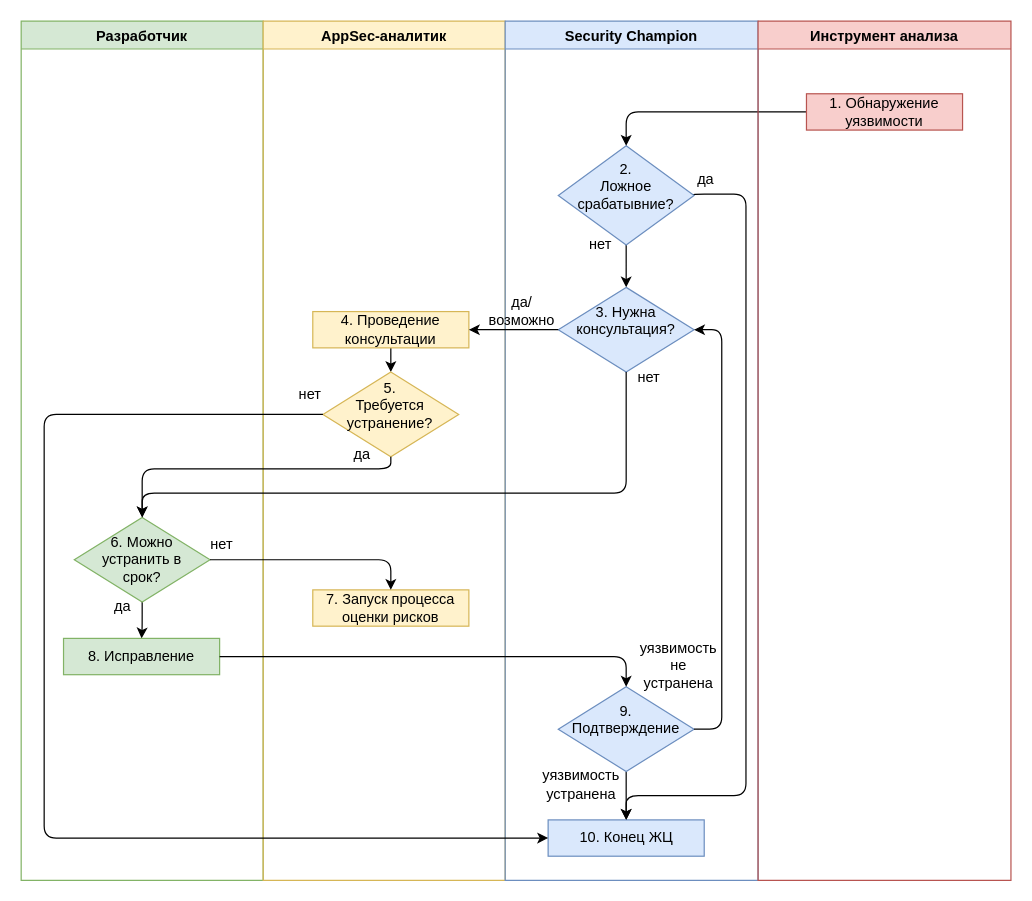
Before: page "ЖЦ Уязвимости" (1 of 4) of Untitled Diagram2.drawio in GoluzinaD/Python, a draw.io diagram. Source tidied: cells renumbered, new cells numbered last; positions are measured from the earlier drawing's top-left corner, leaving out a move shared by most shapes. Both pictures are drawn from the tidied source at 121%, with x=0, y=0 at pixel (21, 21).
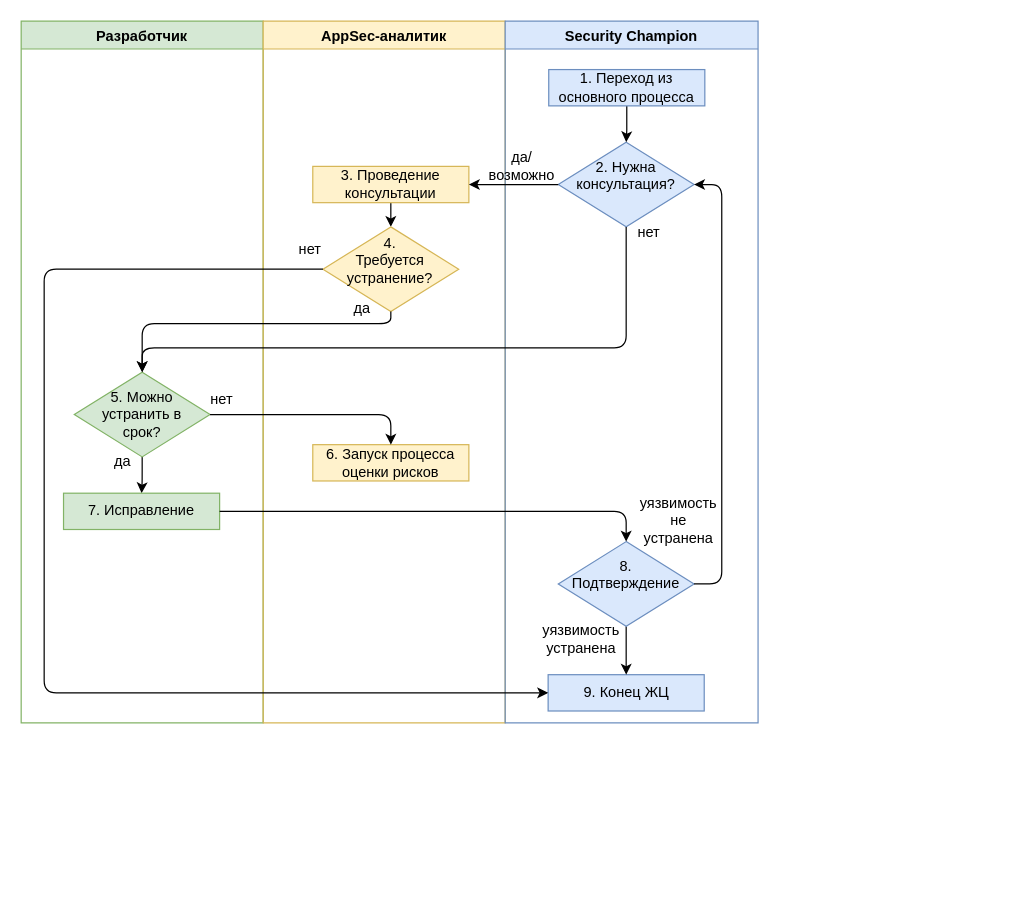
The same page after the edit.

Change to the diagram source:
```diff
@@
     <mxCell id="2" value="Разработчик" style="swimlane;rounded=0;sketch=0;fillColor=#d5e8d4;strokeColor=#82b366;" parent="1" vertex="1">
-      <mxGeometry width="200" height="710" as="geometry" />
+      <mxGeometry width="200" height="580" as="geometry" />
     </mxCell>
@@
-    <mxCell id="4" value="&lt;div&gt;6. Можно &lt;br&gt;&lt;/div&gt;&lt;div&gt;устранить в &lt;br&gt;&lt;/div&gt;&lt;div&gt;срок?&lt;/div&gt;" style="rhombus;whiteSpace=wrap;html=1;rounded=0;sketch=0;fontSize=12;fillColor=#d5e8d4;strokeColor=#82b366;" parent="2" vertex="1">
-      <mxGeometry x="43.9" y="410.1" width="112.2" height="70" as="geometry" />
+    <mxCell id="4" value="&lt;div&gt;5. Можно &lt;br&gt;&lt;/div&gt;&lt;div&gt;устранить в &lt;br&gt;&lt;/div&gt;&lt;div&gt;срок?&lt;/div&gt;" style="rhombus;whiteSpace=wrap;html=1;rounded=0;sketch=0;fontSize=12;fillColor=#d5e8d4;strokeColor=#82b366;" parent="2" vertex="1">
+      <mxGeometry x="43.9" y="290.1" width="112.2" height="70" as="geometry" />
     </mxCell>
-    <mxCell id="5" value="8. Исправление" style="rounded=0;whiteSpace=wrap;html=1;sketch=0;fontSize=12;fillColor=#d5e8d4;strokeColor=#82b366;" parent="2" vertex="1">
-      <mxGeometry x="35" y="510.1" width="129" height="30" as="geometry" />
+    <mxCell id="5" value="7. Исправление" style="rounded=0;whiteSpace=wrap;html=1;sketch=0;fontSize=12;fillColor=#d5e8d4;strokeColor=#82b366;" parent="2" vertex="1">
+      <mxGeometry x="35" y="390.1" width="129" height="30" as="geometry" />
     </mxCell>
     <mxCell id="6" value="да" style="text;html=1;strokeColor=none;fillColor=none;align=center;verticalAlign=middle;whiteSpace=wrap;rounded=0;sketch=0;fontSize=12;" parent="2" vertex="1">
-      <mxGeometry x="54" y="469.1" width="60" height="30" as="geometry" />
+      <mxGeometry x="54" y="349.1" width="60" height="30" as="geometry" />
     </mxCell>
     <mxCell id="7" value="нет" style="text;html=1;strokeColor=none;fillColor=none;align=center;verticalAlign=middle;whiteSpace=wrap;rounded=0;sketch=0;fontSize=12;" parent="2" vertex="1">
-      <mxGeometry x="136" y="418.1" width="60" height="30" as="geometry" />
+      <mxGeometry x="136" y="298.1" width="60" height="30" as="geometry" />
     </mxCell>
     <mxCell id="8" value="AppSec-аналитик" style="swimlane;rounded=0;sketch=0;fillColor=#fff2cc;strokeColor=#d6b656;" parent="1" vertex="1">
-      <mxGeometry x="200" width="200" height="710" as="geometry" />
+      <mxGeometry x="200" width="200" height="580" as="geometry" />
     </mxCell>
-    <mxCell id="9" value="7. Запуск процесса оценки рисков" style="rounded=0;whiteSpace=wrap;html=1;sketch=0;fontSize=12;fillColor=#fff2cc;strokeColor=#d6b656;" parent="8" vertex="1">
-      <mxGeometry x="41" y="470" width="129" height="30" as="geometry" />
+    <mxCell id="9" value="6. Запуск процесса оценки рисков" style="rounded=0;whiteSpace=wrap;html=1;sketch=0;fontSize=12;fillColor=#fff2cc;strokeColor=#d6b656;" parent="8" vertex="1">
+      <mxGeometry x="41" y="350" width="129" height="30" as="geometry" />
     </mxCell>
@@
-    <mxCell id="11" value="4. Проведение консультации" style="rounded=0;whiteSpace=wrap;html=1;sketch=0;fontSize=12;fillColor=#fff2cc;strokeColor=#d6b656;" parent="8" vertex="1">
-      <mxGeometry x="41" y="240" width="129" height="30" as="geometry" />
+    <mxCell id="11" value="3. Проведение консультации" style="rounded=0;whiteSpace=wrap;html=1;sketch=0;fontSize=12;fillColor=#fff2cc;strokeColor=#d6b656;" parent="8" vertex="1">
+      <mxGeometry x="41" y="120" width="129" height="30" as="geometry" />
     </mxCell>
-    <mxCell id="12" value="&lt;div&gt;5. &lt;br&gt;&lt;/div&gt;&lt;div&gt;Требуется устранение?&lt;/div&gt;&lt;div&gt;&lt;br&gt;&lt;/div&gt;" style="rhombus;whiteSpace=wrap;html=1;rounded=0;sketch=0;fontSize=12;fillColor=#fff2cc;strokeColor=#d6b656;" parent="8" vertex="1">
-      <mxGeometry x="49.4" y="290" width="112.2" height="70" as="geometry" />
+    <mxCell id="12" value="&lt;div&gt;4. &lt;br&gt;&lt;/div&gt;&lt;div&gt;Требуется устранение?&lt;/div&gt;&lt;div&gt;&lt;br&gt;&lt;/div&gt;" style="rhombus;whiteSpace=wrap;html=1;rounded=0;sketch=0;fontSize=12;fillColor=#fff2cc;strokeColor=#d6b656;" parent="8" vertex="1">
+      <mxGeometry x="49.4" y="170" width="112.2" height="70" as="geometry" />
     </mxCell>
     <mxCell id="13" value="нет" style="text;html=1;strokeColor=none;fillColor=none;align=center;verticalAlign=middle;whiteSpace=wrap;rounded=0;sketch=0;fontSize=12;" parent="8" vertex="1">
-      <mxGeometry x="9" y="294" width="60" height="30" as="geometry" />
+      <mxGeometry x="9" y="174" width="60" height="30" as="geometry" />
     </mxCell>
     <mxCell id="14" value="да" style="text;html=1;strokeColor=none;fillColor=none;align=center;verticalAlign=middle;whiteSpace=wrap;rounded=0;sketch=0;fontSize=12;" parent="8" vertex="1">
-      <mxGeometry x="52.4" y="343" width="60" height="30" as="geometry" />
+      <mxGeometry x="52.4" y="223" width="60" height="30" as="geometry" />
     </mxCell>
     <mxCell id="15" value="Security Champion" style="swimlane;rounded=0;sketch=0;fillColor=#dae8fc;strokeColor=#6c8ebf;" parent="1" vertex="1">
-      <mxGeometry x="400" width="209" height="710" as="geometry" />
+      <mxGeometry x="400" width="209" height="580" as="geometry" />
     </mxCell>
-    <mxCell id="16" value="&lt;div&gt;3. Нужна консультация?&lt;/div&gt;&lt;div&gt;&lt;br&gt;&lt;/div&gt;" style="rhombus;whiteSpace=wrap;html=1;rounded=0;sketch=0;fontSize=12;fillColor=#dae8fc;strokeColor=#6c8ebf;" parent="15" vertex="1">
-      <mxGeometry x="43.9" y="220" width="112.2" height="70" as="geometry" />
+    <mxCell id="16" value="&lt;div&gt;2. Нужна консультация?&lt;/div&gt;&lt;div&gt;&lt;br&gt;&lt;/div&gt;" style="rhombus;whiteSpace=wrap;html=1;rounded=0;sketch=0;fontSize=12;fillColor=#dae8fc;strokeColor=#6c8ebf;" parent="15" vertex="1">
+      <mxGeometry x="43.9" y="100" width="112.2" height="70" as="geometry" />
     </mxCell>
-    <mxCell id="17" style="edgeStyle=orthogonalEdgeStyle;curved=0;rounded=1;sketch=0;jettySize=auto;html=1;entryX=0.5;entryY=0;entryDx=0;entryDy=0;fontSize=12;" parent="15" edge="1" source="19" target="16">
-      <mxGeometry relative="1" as="geometry" />
-    </mxCell>
-    <mxCell id="18" style="edgeStyle=orthogonalEdgeStyle;curved=0;rounded=1;sketch=0;jettySize=auto;html=1;entryX=0.5;entryY=0;entryDx=0;entryDy=0;fontSize=12;exitX=0.986;exitY=0.506;exitDx=0;exitDy=0;exitPerimeter=0;" parent="15" edge="1" source="19" target="20">
-      <mxGeometry relative="1" as="geometry">
-        <Array as="points">
-          <mxPoint x="155" y="143" />
-          <mxPoint x="199" y="143" />
-          <mxPoint x="199" y="640" />
-          <mxPoint x="100" y="640" />
-        </Array>
-      </mxGeometry>
-    </mxCell>
-    <mxCell id="19" value="&lt;div&gt;2. &lt;br&gt;&lt;/div&gt;&lt;div&gt;Ложное срабатывние?&lt;/div&gt;&lt;div&gt;&lt;br&gt;&lt;/div&gt;" style="rhombus;whiteSpace=wrap;html=1;rounded=0;sketch=0;fontSize=12;fillColor=#dae8fc;strokeColor=#6c8ebf;" parent="15" vertex="1">
-      <mxGeometry x="43.9" y="103" width="112.2" height="82" as="geometry" />
-    </mxCell>
-    <mxCell id="20" value="10. Конец ЖЦ" style="rounded=0;whiteSpace=wrap;html=1;sketch=0;fontSize=12;fillColor=#dae8fc;strokeColor=#6c8ebf;" parent="15" vertex="1">
-      <mxGeometry x="35.5" y="660.1" width="129" height="30" as="geometry" />
+    <mxCell id="20" value="9. Конец ЖЦ" style="rounded=0;whiteSpace=wrap;html=1;sketch=0;fontSize=12;fillColor=#dae8fc;strokeColor=#6c8ebf;" parent="15" vertex="1">
+      <mxGeometry x="35.5" y="540.1" width="129" height="30" as="geometry" />
     </mxCell>
@@
-    <mxCell id="22" value="9. &lt;br&gt;Подтверждение&lt;br&gt;&lt;div&gt;&lt;br&gt;&lt;/div&gt;" style="rhombus;whiteSpace=wrap;html=1;rounded=0;sketch=0;fontSize=12;fillColor=#dae8fc;strokeColor=#6c8ebf;" parent="15" vertex="1">
-      <mxGeometry x="43.9" y="550.1" width="112.2" height="70" as="geometry" />
+    <mxCell id="22" value="8. &lt;br&gt;Подтверждение&lt;br&gt;&lt;div&gt;&lt;br&gt;&lt;/div&gt;" style="rhombus;whiteSpace=wrap;html=1;rounded=0;sketch=0;fontSize=12;fillColor=#dae8fc;strokeColor=#6c8ebf;" parent="15" vertex="1">
+      <mxGeometry x="43.9" y="430.1" width="112.2" height="70" as="geometry" />
     </mxCell>
-    <mxCell id="23" value="да" style="text;html=1;strokeColor=none;fillColor=none;align=center;verticalAlign=middle;whiteSpace=wrap;rounded=0;sketch=0;fontSize=12;" parent="15" vertex="1">
-      <mxGeometry x="136" y="116" width="60" height="30" as="geometry" />
-    </mxCell>
-    <mxCell id="24" value="нет" style="text;html=1;strokeColor=none;fillColor=none;align=center;verticalAlign=middle;whiteSpace=wrap;rounded=0;sketch=0;fontSize=12;" parent="15" vertex="1">
-      <mxGeometry x="49" y="170" width="60" height="30" as="geometry" />
-    </mxCell>
     <mxCell id="25" value="нет" style="text;html=1;strokeColor=none;fillColor=none;align=center;verticalAlign=middle;whiteSpace=wrap;rounded=0;sketch=0;fontSize=12;" parent="15" vertex="1">
-      <mxGeometry x="89" y="280" width="60" height="30" as="geometry" />
+      <mxGeometry x="89" y="160" width="60" height="30" as="geometry" />
     </mxCell>
     <mxCell id="26" value="уязвимость устранена" style="text;html=1;strokeColor=none;fillColor=none;align=center;verticalAlign=middle;whiteSpace=wrap;rounded=0;sketch=0;fontSize=12;" parent="15" vertex="1">
-      <mxGeometry x="32.5" y="616" width="60" height="30" as="geometry" />
+      <mxGeometry x="32.5" y="496" width="60" height="30" as="geometry" />
     </mxCell>
     <mxCell id="27" value="да/возможно" style="text;html=1;strokeColor=none;fillColor=none;align=center;verticalAlign=middle;whiteSpace=wrap;rounded=0;sketch=0;fontSize=12;" parent="15" vertex="1">
-      <mxGeometry x="-16.1" y="225" width="60" height="30" as="geometry" />
+      <mxGeometry x="-16.1" y="105" width="60" height="30" as="geometry" />
     </mxCell>
     <mxCell id="28" style="edgeStyle=orthogonalEdgeStyle;curved=0;rounded=1;sketch=0;jettySize=auto;html=1;entryX=1;entryY=0.5;entryDx=0;entryDy=0;fontSize=12;exitX=1;exitY=0.5;exitDx=0;exitDy=0;" parent="15" edge="1" source="22" target="16">
       <mxGeometry relative="1" as="geometry">
         <Array as="points">
-          <mxPoint x="179" y="585" />
-          <mxPoint x="179" y="255" />
+          <mxPoint x="179" y="465" />
+          <mxPoint x="179" y="135" />
         </Array>
       </mxGeometry>
     </mxCell>
     <mxCell id="29" value="&lt;div&gt;уязвимость не &lt;br&gt;&lt;/div&gt;&lt;div&gt;устранена&lt;/div&gt;" style="text;html=1;strokeColor=none;fillColor=none;align=center;verticalAlign=middle;whiteSpace=wrap;rounded=0;sketch=0;fontSize=12;" parent="15" vertex="1">
-      <mxGeometry x="103" y="518" width="81" height="30" as="geometry" />
+      <mxGeometry x="103" y="398" width="81" height="30" as="geometry" />
     </mxCell>
+    <mxCell id="39" style="edgeStyle=orthogonalEdgeStyle;rounded=0;jettySize=auto;html=1;" parent="15" edge="1" source="38" target="16">
+      <mxGeometry relative="1" as="geometry" />
+    </mxCell>
+    <mxCell id="38" value="1. Переход из основного процесса" style="rounded=0;whiteSpace=wrap;html=1;sketch=0;fontSize=12;fillColor=#dae8fc;strokeColor=#6c8ebf;" parent="15" vertex="1">
+      <mxGeometry x="36" y="40" width="129" height="30" as="geometry" />
+    </mxCell>
@@
-    <mxCell id="33" style="edgeStyle=orthogonalEdgeStyle;curved=0;rounded=1;sketch=0;jettySize=auto;html=1;entryX=0.5;entryY=0;entryDx=0;entryDy=0;fontSize=12;" parent="1" edge="1" source="38" target="19">
-      <mxGeometry relative="1" as="geometry" />
-    </mxCell>
     <mxCell id="34" style="edgeStyle=orthogonalEdgeStyle;curved=0;rounded=1;sketch=0;jettySize=auto;html=1;fontSize=12;" parent="1" edge="1" source="16" target="4">
       <mxGeometry relative="1" as="geometry">
         <Array as="points">
-          <mxPoint x="500" y="390" />
-          <mxPoint x="100" y="390" />
+          <mxPoint x="500" y="270" />
+          <mxPoint x="100" y="270" />
         </Array>
       </mxGeometry>
     </mxCell>
     <mxCell id="35" style="edgeStyle=orthogonalEdgeStyle;curved=0;rounded=1;sketch=0;jettySize=auto;html=1;entryX=0;entryY=0.5;entryDx=0;entryDy=0;fontSize=12;" parent="1" edge="1" source="12" target="20">
       <mxGeometry relative="1" as="geometry">
         <Array as="points">
-          <mxPoint x="19" y="325" />
-          <mxPoint x="19" y="675" />
+          <mxPoint x="19" y="205" />
+          <mxPoint x="19" y="555" />
         </Array>
       </mxGeometry>
     </mxCell>
     <mxCell id="36" style="edgeStyle=orthogonalEdgeStyle;curved=0;rounded=1;sketch=0;jettySize=auto;html=1;fontSize=12;" parent="1" edge="1" source="12" target="4">
       <mxGeometry relative="1" as="geometry">
         <Array as="points">
-          <mxPoint x="306" y="370" />
-          <mxPoint x="100" y="370" />
+          <mxPoint x="306" y="250" />
+          <mxPoint x="100" y="250" />
         </Array>
       </mxGeometry>
     </mxCell>
-    <mxCell id="37" value="Инструмент анализа" style="swimlane;rounded=0;sketch=0;fillColor=#f8cecc;strokeColor=#b85450;" parent="1" vertex="1">
-      <mxGeometry x="609" width="209" height="710" as="geometry" />
-    </mxCell>
-    <mxCell id="38" value="1. Обнаружение уязвимости " style="rounded=0;whiteSpace=wrap;html=1;sketch=0;fontSize=12;fillColor=#f8cecc;strokeColor=#b85450;" parent="37" vertex="1">
-      <mxGeometry x="40" y="60" width="129" height="30" as="geometry" />
-    </mxCell>
```
